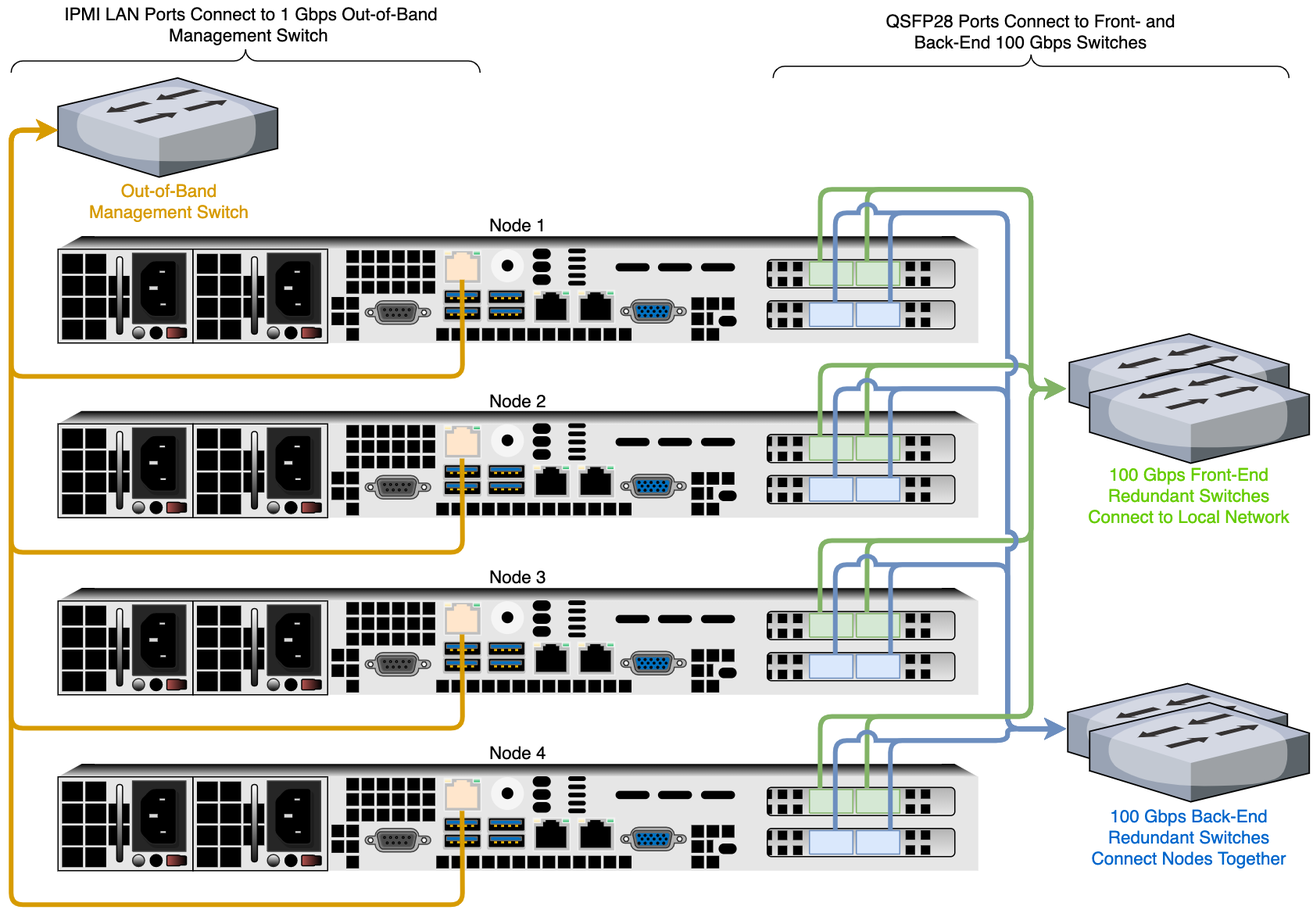
This is supermicro/images/supermicro-four-node-cluster-architecture-diagram.png from Qumulo/docs, a draw.io export, as it was before one commit. Source tidied: cells renumbered, new cells last; positions are measured from the earlier drawing's top-left corner, leaving out a move shared by most shapes.
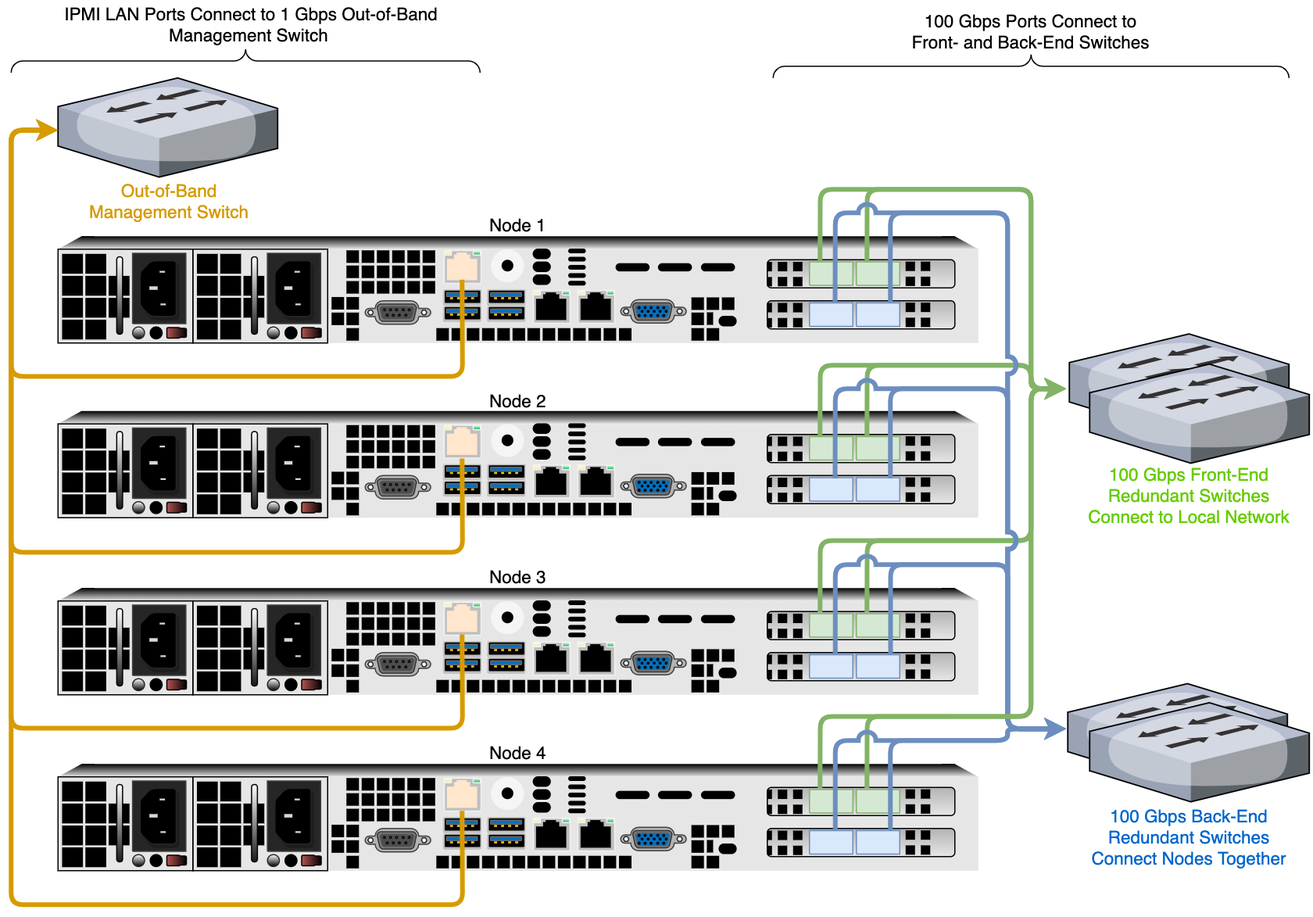
Later version of the same file.

The edit, as a diff of the source:
```diff
@@ -14,7 +14,7 @@
     <mxCell id="5" value="&lt;span style=&quot;font-weight: normal&quot;&gt;Node 4&lt;/span&gt;" style="text;html=1;strokeColor=none;fillColor=none;align=center;verticalAlign=middle;whiteSpace=wrap;rounded=0;shadow=0;fontSize=15;fontStyle=1;" parent="1" vertex="1">
       <mxGeometry x="40" y="631" width="785" height="20" as="geometry" />
     </mxCell>
-    <mxCell id="6" value="&lt;span style=&quot;font-weight: normal&quot;&gt;QSFP28 Ports Connect to Front- and&lt;br&gt;Back-End 100 Gbps Switches&lt;/span&gt;" style="text;html=1;strokeColor=none;fillColor=none;align=center;verticalAlign=middle;whiteSpace=wrap;rounded=0;shadow=0;fontSize=15;fontStyle=1;" parent="1" vertex="1">
+    <mxCell id="6" value="&lt;span style=&quot;font-weight: normal&quot;&gt;100 Gbps Ports Connect to&lt;br&gt;Front- and Back-End Switches&lt;/span&gt;" style="text;html=1;strokeColor=none;fillColor=none;align=center;verticalAlign=middle;whiteSpace=wrap;rounded=0;shadow=0;fontSize=15;fontStyle=1;" parent="1" vertex="1">
       <mxGeometry x="650" y="6" width="440" height="40" as="geometry" />
     </mxCell>
     <mxCell id="7" style="verticalLabelPosition=bottom;shadow=0;dashed=0;align=center;html=1;verticalAlign=top;strokeWidth=1;shape=mxgraph.mockup.markup.curlyBrace;fontColor=#66B2FF;" parent="1" vertex="1">
```
